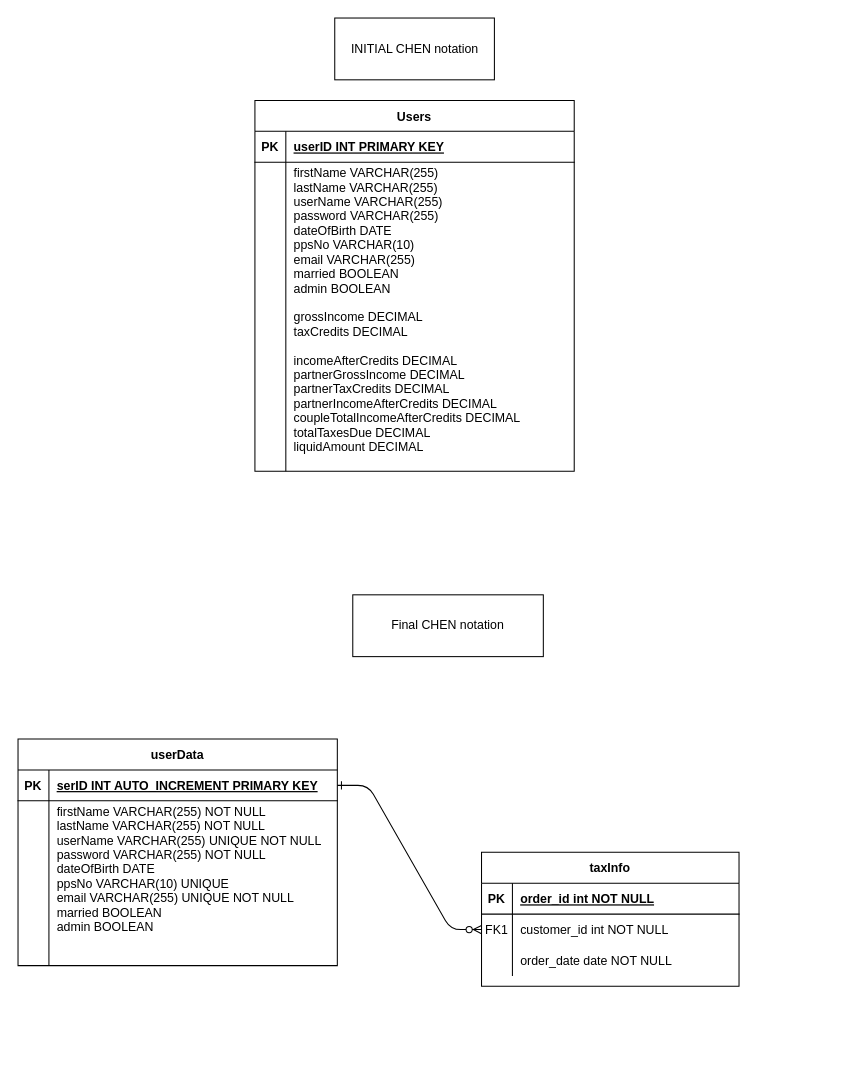
Douglas2022322/databases_-_OCC_diagram keeps this draw.io diagram as CHEN Notation IrelandRevenueData.drawio. Above is the earlier version. Source tidied: cells renumbered, new cells numbered last; positions are measured from the earlier drawing's top-left corner, leaving out a move shared by most shapes. Both pictures are drawn from the tidied source at 103%, with x=0, y=0 at pixel (18, 18).
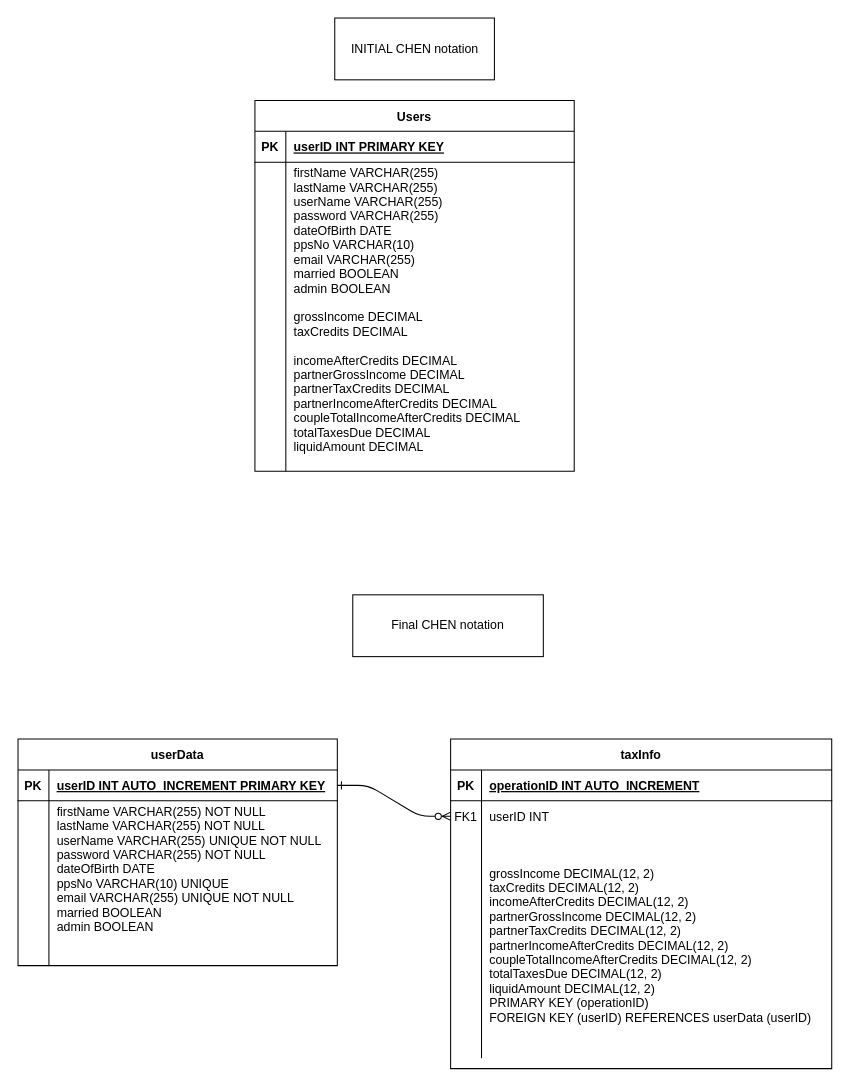
The same page after the edit.

Unchanged cells that the change refers to:
```xml
<mxCell id="14" style="shape=partialRectangle;fillColor=none;points=[[0,0.5],[1,0.5]];portConstraint=eastwest;top=0;left=0;right=0;bottom=1;" parent="13" vertex="1">
  <mxGeometry y="30" width="310" height="30" as="geometry" />
</mxCell>
```

Diff of the diagram source:
```diff
@@
     <mxCell id="3" value="taxInfo" style="shape=table;startSize=30;childLayout=tableLayout;rowLines=0;fontStyle=1;align=center;" parent="1" vertex="1">
-      <mxGeometry x="450" y="810" width="250" height="130" as="geometry" />
+      <mxGeometry x="420" y="700" width="370" height="320" as="geometry" />
     </mxCell>
     <mxCell id="4" style="shape=partialRectangle;fillColor=none;top=0;left=0;right=0;bottom=1;" parent="3" vertex="1">
-      <mxGeometry y="30" width="250" height="30" as="geometry" />
+      <mxGeometry y="30" width="370" height="30" as="geometry" />
     </mxCell>
@@
-    <mxCell id="6" value="order_id int NOT NULL " style="shape=partialRectangle;overflow=hidden;fillColor=none;top=0;left=0;bottom=0;right=0;align=left;spacingLeft=6;fontStyle=5;" parent="4" vertex="1">
-      <mxGeometry x="30" width="220" height="30" as="geometry" />
+    <mxCell id="6" value="operationID INT AUTO_INCREMENT " style="shape=partialRectangle;overflow=hidden;fillColor=none;top=0;left=0;bottom=0;right=0;align=left;spacingLeft=6;fontStyle=5;" parent="4" vertex="1">
+      <mxGeometry x="30" width="340" height="30" as="geometry" />
     </mxCell>
     <mxCell id="7" style="shape=partialRectangle;fillColor=none;points=[[0,0.5],[1,0.5]];portConstraint=eastwest;top=0;left=0;right=0;bottom=0;" parent="3" vertex="1">
-      <mxGeometry y="60" width="250" height="30" as="geometry" />
+      <mxGeometry y="60" width="370" height="30" as="geometry" />
     </mxCell>
@@
-    <mxCell id="9" value="customer_id int NOT NULL" style="shape=partialRectangle;overflow=hidden;fillColor=none;top=0;left=0;bottom=0;right=0;align=left;spacingLeft=6;" parent="7" vertex="1">
-      <mxGeometry x="30" width="220" height="30" as="geometry" />
+    <mxCell id="9" value="userID INT" style="shape=partialRectangle;overflow=hidden;fillColor=none;top=0;left=0;bottom=0;right=0;align=left;spacingLeft=6;" parent="7" vertex="1">
+      <mxGeometry x="30" width="340" height="30" as="geometry" />
     </mxCell>
     <mxCell id="10" style="shape=partialRectangle;fillColor=none;top=0;left=0;right=0;bottom=0;" parent="3" vertex="1">
-      <mxGeometry y="90" width="250" height="30" as="geometry" />
+      <mxGeometry y="90" width="370" height="220" as="geometry" />
     </mxCell>
     <mxCell id="11" style="shape=partialRectangle;overflow=hidden;fillColor=none;top=0;left=0;bottom=0;right=0;" parent="10" vertex="1">
-      <mxGeometry width="30" height="30" as="geometry" />
+      <mxGeometry width="30" height="220" as="geometry" />
     </mxCell>
-    <mxCell id="12" value="order_date date NOT NULL" style="shape=partialRectangle;overflow=hidden;fillColor=none;top=0;left=0;bottom=0;right=0;align=left;spacingLeft=6;" parent="10" vertex="1">
-      <mxGeometry x="30" width="220" height="30" as="geometry" />
+    <mxCell id="12" value="grossIncome DECIMAL(12, 2)&#10;taxCredits DECIMAL(12, 2)&#10;incomeAfterCredits DECIMAL(12, 2)&#10;partnerGrossIncome DECIMAL(12, 2)&#10;partnerTaxCredits DECIMAL(12, 2)&#10;partnerIncomeAfterCredits DECIMAL(12, 2)&#10;coupleTotalIncomeAfterCredits DECIMAL(12, 2)&#10;totalTaxesDue DECIMAL(12, 2)&#10;liquidAmount DECIMAL(12, 2)&#10;PRIMARY KEY (operationID)&#10;FOREIGN KEY (userID) REFERENCES userData (userID)" style="shape=partialRectangle;overflow=hidden;fillColor=none;top=0;left=0;bottom=0;right=0;align=left;spacingLeft=6;" parent="10" vertex="1">
+      <mxGeometry x="30" width="340" height="220" as="geometry" />
     </mxCell>
@@
-    <mxCell id="16" value="serID INT AUTO_INCREMENT PRIMARY KEY" style="shape=partialRectangle;overflow=hidden;fillColor=none;top=0;left=0;bottom=0;right=0;align=left;spacingLeft=6;fontStyle=5;" parent="14" vertex="1">
+    <mxCell id="16" value="userID INT AUTO_INCREMENT PRIMARY KEY" style="shape=partialRectangle;overflow=hidden;fillColor=none;top=0;left=0;bottom=0;right=0;align=left;spacingLeft=6;fontStyle=5;" parent="14" vertex="1">
       <mxGeometry x="30" width="280" height="30" as="geometry" />
     </mxCell>
```
